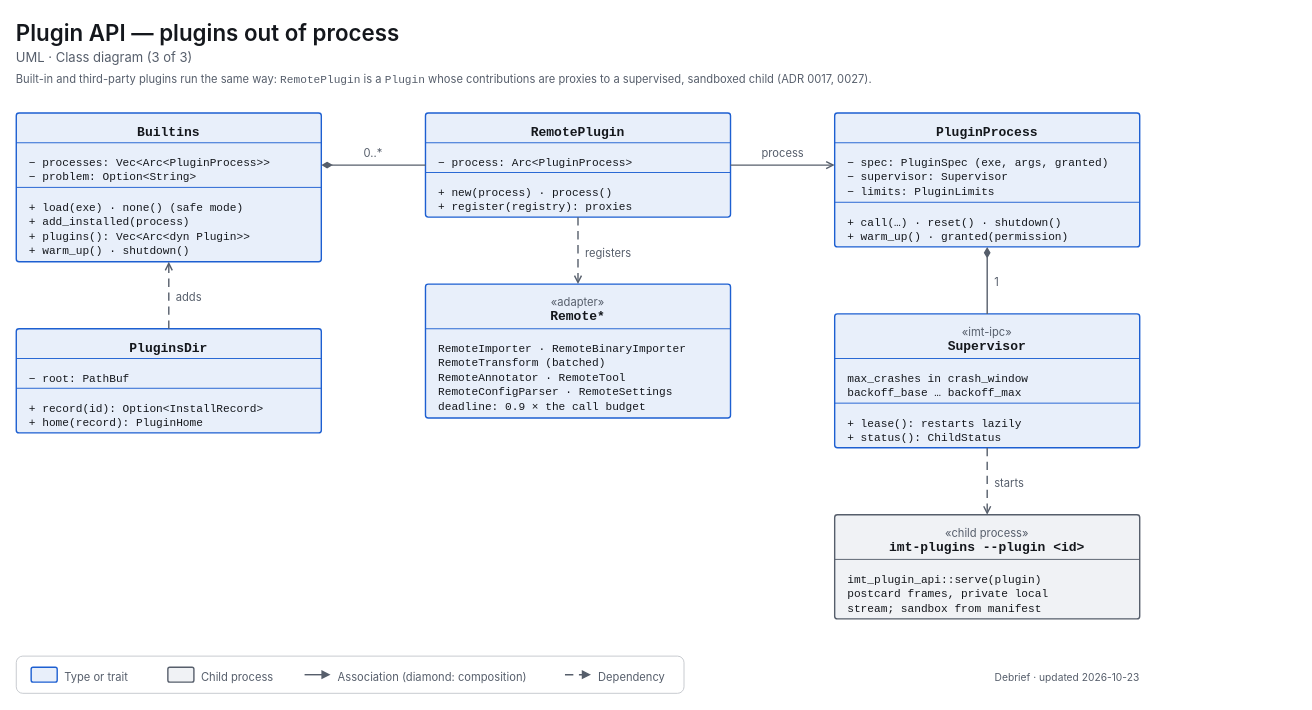
decryp7/integrated_maintenance_tool keeps this draw.io diagram as docs/diagrams/uml-class-plugin-process.drawio. Above is the earlier version. Source tidied: cells renumbered, new cells numbered last; positions are measured from the earlier drawing's top-left corner, leaving out a move shared by most shapes. Both pictures are drawn from the tidied source at 93%, with x=0, y=0 at pixel (16, 16).
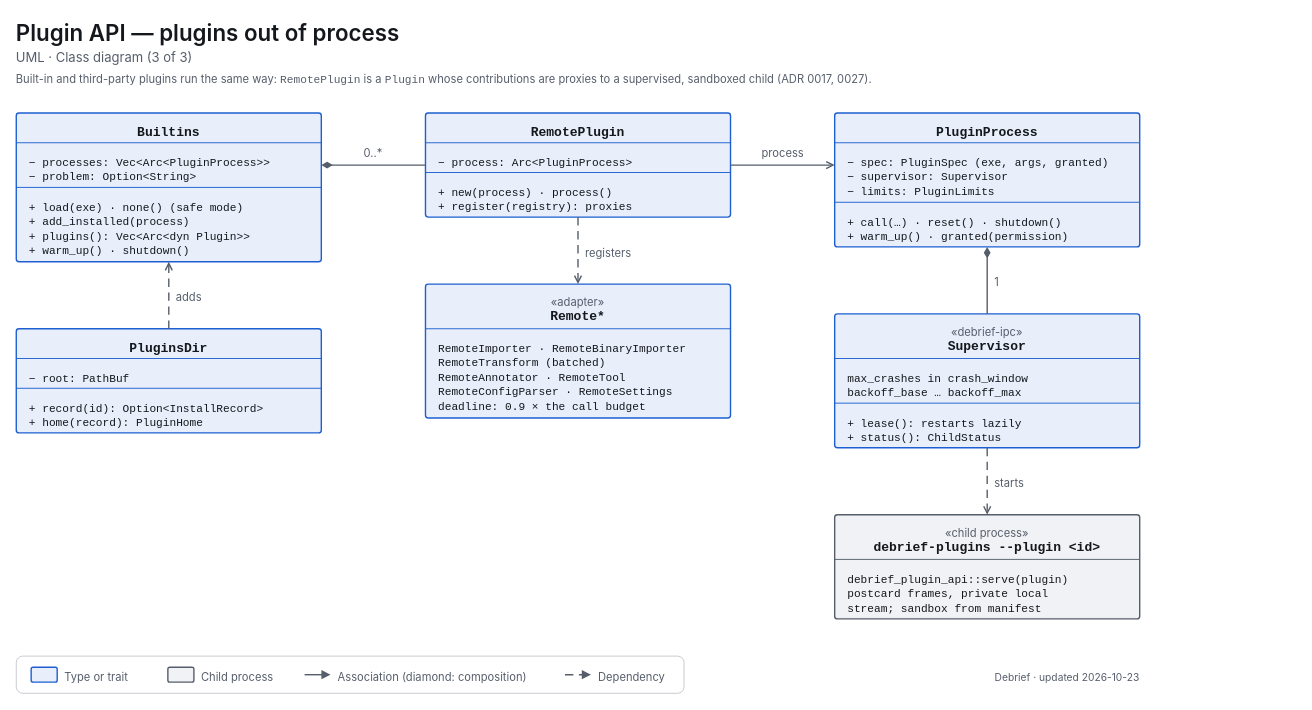
The same diagram, later.

Change to the diagram source:
```diff
@@
-    <mxCell id="28" value="&lt;span style=&quot;font-size:12px;color:light-dark(#565E6B,#A0A7B2)&quot;&gt;«imt-ipc»&lt;/span&gt;&lt;br&gt;&lt;span style=&quot;font-size:14px;font-weight:600;font-family:ui-monospace,SF Mono,Cascadia Mono,Consolas,monospace&quot;&gt;Supervisor&lt;/span&gt;" style="html=1;whiteSpace=wrap;fontFamily=-apple-system,BlinkMacSystemFont,Segoe UI,system-ui,sans-serif;fontSize=12;fontColor=light-dark(#14171C,#ECEEF1);rounded=1;absoluteArcSize=1;arcSize=6;strokeWidth=1.5;strokeColor=light-dark(#1D5FD1,#5B9BFF);fillColor=light-dark(#E8EFFA,#202C3F);align=center;verticalAlign=top;spacingTop=6;" parent="1" vertex="1">
+    <mxCell id="28" value="&lt;span style=&quot;font-size:12px;color:light-dark(#565E6B,#A0A7B2)&quot;&gt;«debrief-ipc»&lt;/span&gt;&lt;br&gt;&lt;span style=&quot;font-size:14px;font-weight:600;font-family:ui-monospace,SF Mono,Cascadia Mono,Consolas,monospace&quot;&gt;Supervisor&lt;/span&gt;" style="html=1;whiteSpace=wrap;fontFamily=-apple-system,BlinkMacSystemFont,Segoe UI,system-ui,sans-serif;fontSize=12;fontColor=light-dark(#14171C,#ECEEF1);rounded=1;absoluteArcSize=1;arcSize=6;strokeWidth=1.5;strokeColor=light-dark(#1D5FD1,#5B9BFF);fillColor=light-dark(#E8EFFA,#202C3F);align=center;verticalAlign=top;spacingTop=6;" parent="1" vertex="1">
       <mxGeometry x="880" y="320" width="328" height="144" as="geometry" />
     </mxCell>
@@
-    <mxCell id="33" value="&lt;span style=&quot;font-size:12px;color:light-dark(#565E6B,#A0A7B2)&quot;&gt;«child process»&lt;/span&gt;&lt;br&gt;&lt;span style=&quot;font-size:14px;font-weight:600;font-family:ui-monospace,SF Mono,Cascadia Mono,Consolas,monospace&quot;&gt;imt-plugins --plugin &amp;lt;id&amp;gt;&lt;/span&gt;" style="html=1;whiteSpace=wrap;fontFamily=-apple-system,BlinkMacSystemFont,Segoe UI,system-ui,sans-serif;fontSize=12;fontColor=light-dark(#14171C,#ECEEF1);rounded=1;absoluteArcSize=1;arcSize=6;strokeWidth=1.5;strokeColor=light-dark(#565E6B,#A0A7B2);fillColor=light-dark(#F0F2F5,#1B1E23);align=center;verticalAlign=top;spacingTop=6;" parent="1" vertex="1">
+    <mxCell id="33" value="&lt;span style=&quot;font-size:12px;color:light-dark(#565E6B,#A0A7B2)&quot;&gt;«child process»&lt;/span&gt;&lt;br&gt;&lt;span style=&quot;font-size:14px;font-weight:600;font-family:ui-monospace,SF Mono,Cascadia Mono,Consolas,monospace&quot;&gt;debrief-plugins --plugin &amp;lt;id&amp;gt;&lt;/span&gt;" style="html=1;whiteSpace=wrap;fontFamily=-apple-system,BlinkMacSystemFont,Segoe UI,system-ui,sans-serif;fontSize=12;fontColor=light-dark(#14171C,#ECEEF1);rounded=1;absoluteArcSize=1;arcSize=6;strokeWidth=1.5;strokeColor=light-dark(#565E6B,#A0A7B2);fillColor=light-dark(#F0F2F5,#1B1E23);align=center;verticalAlign=top;spacingTop=6;" parent="1" vertex="1">
       <mxGeometry x="880" y="536" width="328" height="112" as="geometry" />
     </mxCell>
@@
-    <mxCell id="35" value="&lt;span style=&quot;font-family:ui-monospace,SF Mono,Cascadia Mono,Consolas,monospace;font-size:12px&quot;&gt;imt_plugin_api::serve(plugin)&lt;br&gt;postcard&amp;nbsp;frames,&amp;nbsp;private&amp;nbsp;local&lt;br&gt;stream;&amp;nbsp;sandbox&amp;nbsp;from&amp;nbsp;manifest&lt;/span&gt;" style="html=1;whiteSpace=wrap;fontFamily=-apple-system,BlinkMacSystemFont,Segoe UI,system-ui,sans-serif;fontSize=12;fontColor=light-dark(#14171C,#ECEEF1);text;strokeColor=none;fillColor=none;align=left;verticalAlign=top;spacingLeft=12;spacingTop=8;" parent="1" vertex="1">
+    <mxCell id="35" value="&lt;span style=&quot;font-family:ui-monospace,SF Mono,Cascadia Mono,Consolas,monospace;font-size:12px&quot;&gt;debrief_plugin_api::serve(plugin)&lt;br&gt;postcard&amp;nbsp;frames,&amp;nbsp;private&amp;nbsp;local&lt;br&gt;stream;&amp;nbsp;sandbox&amp;nbsp;from&amp;nbsp;manifest&lt;/span&gt;" style="html=1;whiteSpace=wrap;fontFamily=-apple-system,BlinkMacSystemFont,Segoe UI,system-ui,sans-serif;fontSize=12;fontColor=light-dark(#14171C,#ECEEF1);text;strokeColor=none;fillColor=none;align=left;verticalAlign=top;spacingLeft=12;spacingTop=8;" parent="1" vertex="1">
       <mxGeometry x="880" y="584" width="328" height="64" as="geometry" />
     </mxCell>
```
